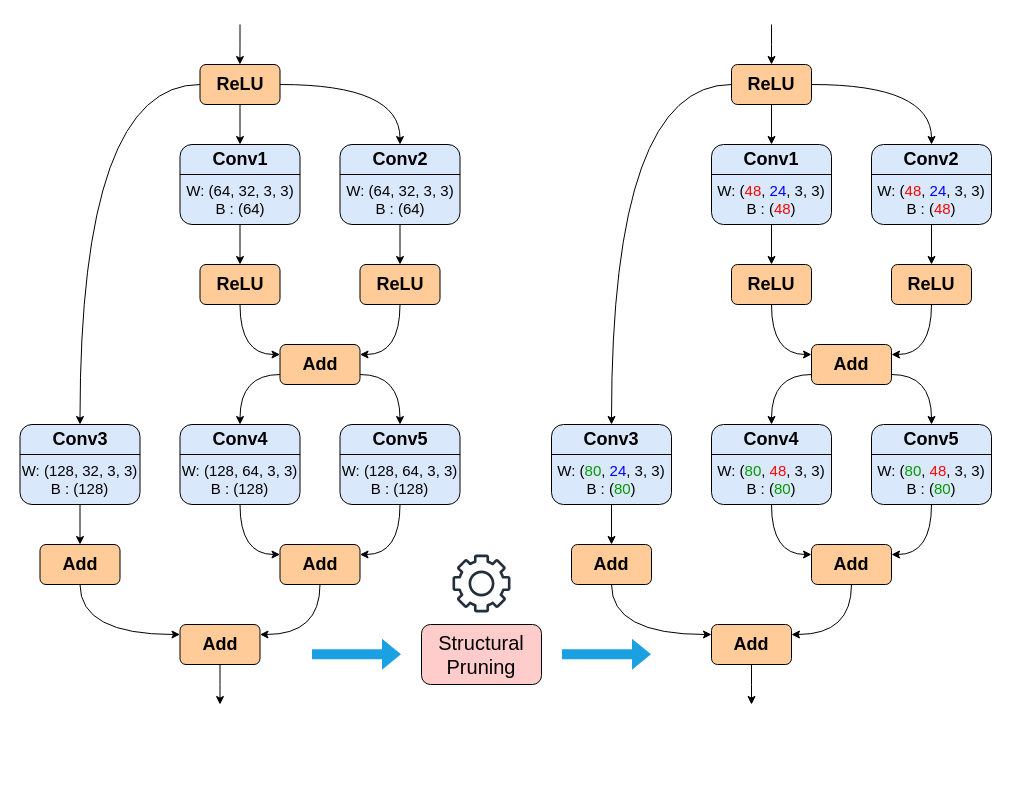
The draw.io diagram OTO.drawio in hoangtv2000/document-collection, before the edit. Source tidied: cells renumbered, new cells numbered last; positions are measured from the earlier drawing's top-left corner, leaving out a move shared by most shapes. Both pictures are drawn from the tidied source at 100%, with x=0, y=0 at pixel (17, 24).
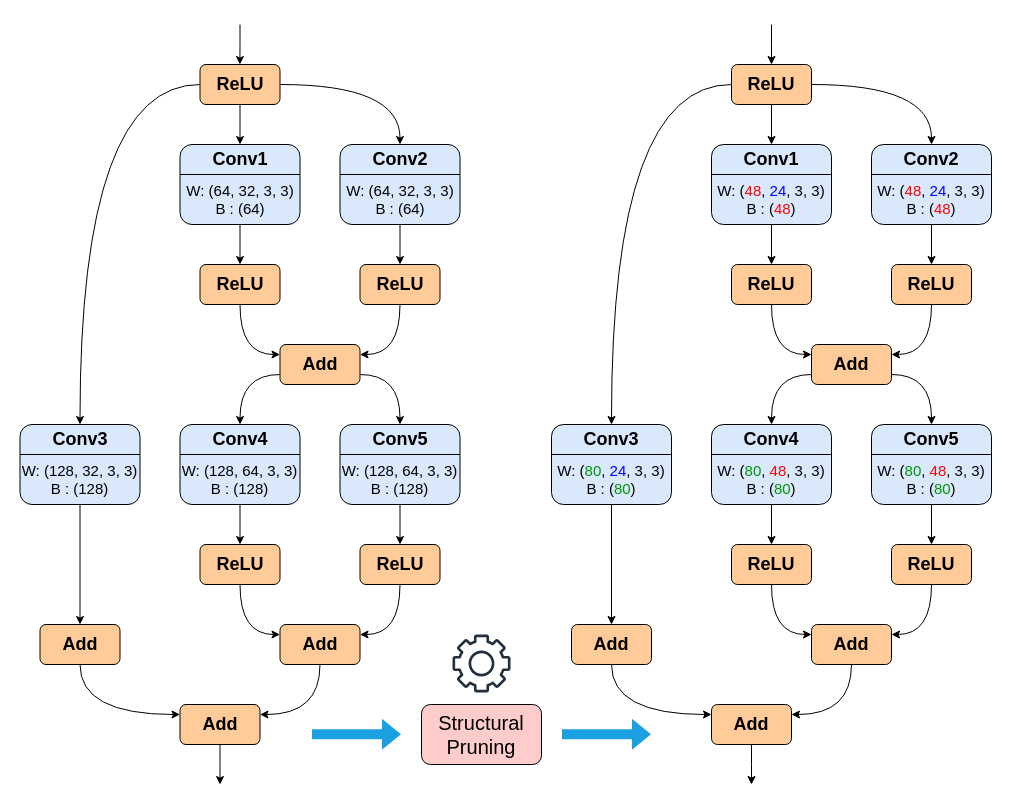
The same diagram, later.

The change refers to these unchanged cells:
```xml
<mxCell id="15" value="&lt;font style=&quot;font-size: 18px;&quot;&gt;&lt;b&gt;Conv4&lt;/b&gt;&lt;/font&gt;" style="rounded=1;whiteSpace=wrap;html=1;labelPosition=center;verticalLabelPosition=middle;align=center;verticalAlign=top;spacing=0;fillColor=#dae8fc;strokeColor=default;" parent="1" vertex="1">
  <mxGeometry x="162.5" y="400" width="120" height="80" as="geometry" />
</mxCell>
<mxCell id="19" value="&lt;font style=&quot;font-size: 18px;&quot;&gt;&lt;b&gt;Conv5&lt;/b&gt;&lt;/font&gt;" style="rounded=1;whiteSpace=wrap;html=1;labelPosition=center;verticalLabelPosition=middle;align=center;verticalAlign=top;spacing=0;fillColor=#dae8fc;strokeColor=default;" parent="1" vertex="1">
  <mxGeometry x="322.5" y="400" width="120" height="80" as="geometry" />
</mxCell>
<mxCell id="53" value="&lt;font style=&quot;font-size: 18px;&quot;&gt;&lt;b&gt;Conv4&lt;/b&gt;&lt;/font&gt;" style="rounded=1;whiteSpace=wrap;html=1;labelPosition=center;verticalLabelPosition=middle;align=center;verticalAlign=top;spacing=0;fillColor=#dae8fc;strokeColor=default;" parent="1" vertex="1">
  <mxGeometry x="694" y="400" width="120" height="80" as="geometry" />
</mxCell>
<mxCell id="57" value="&lt;font style=&quot;font-size: 18px;&quot;&gt;&lt;b&gt;Conv5&lt;/b&gt;&lt;/font&gt;" style="rounded=1;whiteSpace=wrap;html=1;labelPosition=center;verticalLabelPosition=middle;align=center;verticalAlign=top;spacing=0;fillColor=#dae8fc;strokeColor=default;" parent="1" vertex="1">
  <mxGeometry x="854" y="400" width="120" height="80" as="geometry" />
</mxCell>
```

The edit, as a diff of the source:
```diff
@@
-    <mxCell id="14" style="edgeStyle=orthogonalEdgeStyle;rounded=0;jettySize=auto;html=1;entryX=0;entryY=0.25;entryDx=0;entryDy=0;curved=1;" parent="1" edge="1" source="15" target="35">
-      <mxGeometry relative="1" as="geometry" />
-    </mxCell>
@@
-    <mxCell id="18" style="edgeStyle=orthogonalEdgeStyle;rounded=0;jettySize=auto;html=1;exitX=0.5;exitY=1;exitDx=0;exitDy=0;entryX=1;entryY=0.25;entryDx=0;entryDy=0;curved=1;" parent="1" edge="1" source="19" target="35">
-      <mxGeometry relative="1" as="geometry" />
-    </mxCell>
@@
-    <mxCell id="34" style="edgeStyle=orthogonalEdgeStyle;rounded=0;jettySize=auto;html=1;entryX=1;entryY=0.25;entryDx=0;entryDy=0;curved=1;exitX=0.5;exitY=1;exitDx=0;exitDy=0;" parent="1" edge="1" source="35" target="37">
-      <mxGeometry relative="1" as="geometry" />
-    </mxCell>
-    <mxCell id="35" value="&lt;b&gt;&lt;font style=&quot;font-size: 18px;&quot;&gt;Add&lt;/font&gt;&lt;/b&gt;" style="rounded=1;whiteSpace=wrap;html=1;fillColor=#ffcc99;strokeColor=default;" parent="1" vertex="1">
-      <mxGeometry x="262.5" y="520" width="80" height="40" as="geometry" />
-    </mxCell>
     <mxCell id="36" style="edgeStyle=orthogonalEdgeStyle;rounded=0;jettySize=auto;html=1;" parent="1" edge="1" source="37">
       <mxGeometry relative="1" as="geometry">
-        <mxPoint x="202.5" y="680" as="targetPoint" />
+        <mxPoint x="202.5" y="760" as="targetPoint" />
       </mxGeometry>
     </mxCell>
     <mxCell id="37" value="&lt;b&gt;&lt;font style=&quot;font-size: 18px;&quot;&gt;Add&lt;/font&gt;&lt;/b&gt;" style="rounded=1;whiteSpace=wrap;html=1;fillColor=#ffcc99;strokeColor=default;" parent="1" vertex="1">
-      <mxGeometry x="162.5" y="600" width="80" height="40" as="geometry" />
+      <mxGeometry x="162.5" y="680" width="80" height="40" as="geometry" />
     </mxCell>
@@
     <mxCell id="39" value="&lt;b&gt;&lt;font style=&quot;font-size: 18px;&quot;&gt;Add&lt;/font&gt;&lt;/b&gt;" style="rounded=1;whiteSpace=wrap;html=1;fillColor=#ffcc99;strokeColor=default;" parent="1" vertex="1">
-      <mxGeometry x="22.5" y="520" width="80" height="40" as="geometry" />
+      <mxGeometry x="22.5" y="600" width="80" height="40" as="geometry" />
     </mxCell>
@@
-    <mxCell id="52" style="edgeStyle=orthogonalEdgeStyle;rounded=0;jettySize=auto;html=1;entryX=0;entryY=0.25;entryDx=0;entryDy=0;curved=1;" parent="1" edge="1" source="53" target="73">
-      <mxGeometry relative="1" as="geometry" />
-    </mxCell>
@@
-    <mxCell id="56" style="edgeStyle=orthogonalEdgeStyle;rounded=0;jettySize=auto;html=1;exitX=0.5;exitY=1;exitDx=0;exitDy=0;entryX=1;entryY=0.25;entryDx=0;entryDy=0;curved=1;" parent="1" edge="1" source="57" target="73">
-      <mxGeometry relative="1" as="geometry" />
-    </mxCell>
@@
-    <mxCell id="73" value="&lt;b&gt;&lt;font style=&quot;font-size: 18px;&quot;&gt;Add&lt;/font&gt;&lt;/b&gt;" style="rounded=1;whiteSpace=wrap;html=1;fillColor=#ffcc99;strokeColor=default;" parent="1" vertex="1">
-      <mxGeometry x="794" y="520" width="80" height="40" as="geometry" />
-    </mxCell>
     <mxCell id="74" style="edgeStyle=orthogonalEdgeStyle;rounded=0;jettySize=auto;html=1;" parent="1" edge="1" source="75">
       <mxGeometry relative="1" as="geometry">
-        <mxPoint x="734" y="680" as="targetPoint" />
+        <mxPoint x="734" y="760" as="targetPoint" />
       </mxGeometry>
     </mxCell>
     <mxCell id="75" value="&lt;b&gt;&lt;font style=&quot;font-size: 18px;&quot;&gt;Add&lt;/font&gt;&lt;/b&gt;" style="rounded=1;whiteSpace=wrap;html=1;fillColor=#ffcc99;strokeColor=default;" parent="1" vertex="1">
-      <mxGeometry x="694" y="600" width="80" height="40" as="geometry" />
+      <mxGeometry x="694" y="680" width="80" height="40" as="geometry" />
     </mxCell>
@@
     <mxCell id="77" value="&lt;b&gt;&lt;font style=&quot;font-size: 18px;&quot;&gt;Add&lt;/font&gt;&lt;/b&gt;" style="rounded=1;whiteSpace=wrap;html=1;fillColor=#ffcc99;strokeColor=default;" parent="1" vertex="1">
-      <mxGeometry x="554" y="520" width="80" height="40" as="geometry" />
+      <mxGeometry x="554" y="600" width="80" height="40" as="geometry" />
     </mxCell>
@@
     <mxCell id="79" value="&lt;font style=&quot;font-size: 20px;&quot;&gt;Structural Pruning&lt;/font&gt;" style="rounded=1;whiteSpace=wrap;html=1;align=center;fillColor=#ffcccc;strokeColor=default;" parent="1" vertex="1">
-      <mxGeometry x="404" y="600" width="120" height="60" as="geometry" />
+      <mxGeometry x="404" y="680" width="120" height="60" as="geometry" />
     </mxCell>
     <mxCell id="80" style="sketch=0;fontColor=#232F3E;gradientColor=none;fillColor=#232F3D;strokeColor=none;dashed=0;verticalLabelPosition=bottom;verticalAlign=top;align=center;html=1;fontSize=12;fontStyle=0;shape=mxgraph.aws4.gear;" parent="1" vertex="1">
-      <mxGeometry x="435" y="530" width="58" height="58" as="geometry" />
+      <mxGeometry x="435" y="610" width="58" height="58" as="geometry" />
     </mxCell>
     <mxCell id="81" style="shape=flexArrow;endArrow=classic;html=1;rounded=0;fillColor=#1ba1e2;strokeColor=none;" parent="1" edge="1">
       <mxGeometry relative="1" as="geometry">
-        <mxPoint x="294" y="629.7" as="sourcePoint" />
-        <mxPoint x="384" y="629.7" as="targetPoint" />
+        <mxPoint x="294" y="709.7" as="sourcePoint" />
+        <mxPoint x="384" y="709.7" as="targetPoint" />
       </mxGeometry>
     </mxCell>
     <mxCell id="82" style="shape=flexArrow;endArrow=classic;html=1;rounded=0;fillColor=#1ba1e2;strokeColor=none;" parent="1" edge="1">
       <mxGeometry relative="1" as="geometry">
-        <mxPoint x="544" y="629.7" as="sourcePoint" />
-        <mxPoint x="634" y="629.7" as="targetPoint" />
+        <mxPoint x="544" y="709.7" as="sourcePoint" />
+        <mxPoint x="634" y="709.7" as="targetPoint" />
       </mxGeometry>
     </mxCell>
+    <mxCell id="83" style="rounded=0;jettySize=auto;html=1;entryX=0.5;entryY=0;entryDx=0;entryDy=0;" parent="1" edge="1" target="86">
+      <mxGeometry relative="1" as="geometry">
+        <mxPoint x="754" y="480" as="sourcePoint" />
+      </mxGeometry>
+    </mxCell>
+    <mxCell id="84" style="rounded=0;jettySize=auto;html=1;entryX=0.5;entryY=0;entryDx=0;entryDy=0;" parent="1" edge="1" target="88">
+      <mxGeometry relative="1" as="geometry">
+        <mxPoint x="914" y="480" as="sourcePoint" />
+      </mxGeometry>
+    </mxCell>
+    <mxCell id="85" style="rounded=0;jettySize=auto;html=1;entryX=0;entryY=0.25;entryDx=0;entryDy=0;edgeStyle=orthogonalEdgeStyle;curved=1;" parent="1" edge="1" source="86" target="73">
+      <mxGeometry relative="1" as="geometry">
+        <Array as="points">
+          <mxPoint x="754" y="610" />
+        </Array>
+      </mxGeometry>
+    </mxCell>
+    <mxCell id="86" value="&lt;b&gt;&lt;font style=&quot;font-size: 18px;&quot;&gt;ReLU&lt;/font&gt;&lt;/b&gt;" style="rounded=1;whiteSpace=wrap;html=1;fillColor=#ffcc99;strokeColor=default;" parent="1" vertex="1">
+      <mxGeometry x="714" y="520" width="80" height="40" as="geometry" />
+    </mxCell>
+    <mxCell id="87" style="edgeStyle=orthogonalEdgeStyle;rounded=0;jettySize=auto;html=1;entryX=1;entryY=0.25;entryDx=0;entryDy=0;curved=1;" parent="1" edge="1" source="88" target="73">
+      <mxGeometry relative="1" as="geometry">
+        <Array as="points">
+          <mxPoint x="914" y="610" />
+        </Array>
+      </mxGeometry>
+    </mxCell>
+    <mxCell id="88" value="&lt;b&gt;&lt;font style=&quot;font-size: 18px;&quot;&gt;ReLU&lt;/font&gt;&lt;/b&gt;" style="rounded=1;whiteSpace=wrap;html=1;fillColor=#ffcc99;strokeColor=default;" parent="1" vertex="1">
+      <mxGeometry x="874" y="520" width="80" height="40" as="geometry" />
+    </mxCell>
+    <mxCell id="73" value="&lt;b&gt;&lt;font style=&quot;font-size: 18px;&quot;&gt;Add&lt;/font&gt;&lt;/b&gt;" style="rounded=1;whiteSpace=wrap;html=1;fillColor=#ffcc99;strokeColor=default;" parent="1" vertex="1">
+      <mxGeometry x="794" y="600" width="80" height="40" as="geometry" />
+    </mxCell>
+    <mxCell id="89" style="rounded=0;jettySize=auto;html=1;entryX=0.5;entryY=0;entryDx=0;entryDy=0;" parent="1" edge="1" target="92">
+      <mxGeometry relative="1" as="geometry">
+        <mxPoint x="222.5" y="480" as="sourcePoint" />
+      </mxGeometry>
+    </mxCell>
+    <mxCell id="90" style="rounded=0;jettySize=auto;html=1;entryX=0.5;entryY=0;entryDx=0;entryDy=0;" parent="1" edge="1" target="94">
+      <mxGeometry relative="1" as="geometry">
+        <mxPoint x="382.5" y="480" as="sourcePoint" />
+      </mxGeometry>
+    </mxCell>
+    <mxCell id="91" style="rounded=0;jettySize=auto;html=1;entryX=0;entryY=0.25;entryDx=0;entryDy=0;edgeStyle=orthogonalEdgeStyle;curved=1;" parent="1" edge="1" source="92" target="35">
+      <mxGeometry relative="1" as="geometry">
+        <Array as="points">
+          <mxPoint x="222.5" y="610" />
+        </Array>
+      </mxGeometry>
+    </mxCell>
+    <mxCell id="92" value="&lt;b&gt;&lt;font style=&quot;font-size: 18px;&quot;&gt;ReLU&lt;/font&gt;&lt;/b&gt;" style="rounded=1;whiteSpace=wrap;html=1;fillColor=#ffcc99;strokeColor=default;" parent="1" vertex="1">
+      <mxGeometry x="182.5" y="520" width="80" height="40" as="geometry" />
+    </mxCell>
+    <mxCell id="93" style="edgeStyle=orthogonalEdgeStyle;rounded=0;jettySize=auto;html=1;entryX=1;entryY=0.25;entryDx=0;entryDy=0;curved=1;" parent="1" edge="1" source="94" target="35">
+      <mxGeometry relative="1" as="geometry">
+        <Array as="points">
+          <mxPoint x="382.5" y="610" />
+        </Array>
+      </mxGeometry>
+    </mxCell>
+    <mxCell id="94" value="&lt;b&gt;&lt;font style=&quot;font-size: 18px;&quot;&gt;ReLU&lt;/font&gt;&lt;/b&gt;" style="rounded=1;whiteSpace=wrap;html=1;fillColor=#ffcc99;strokeColor=default;" parent="1" vertex="1">
+      <mxGeometry x="342.5" y="520" width="80" height="40" as="geometry" />
+    </mxCell>
+    <mxCell id="34" style="edgeStyle=orthogonalEdgeStyle;rounded=0;jettySize=auto;html=1;entryX=1;entryY=0.25;entryDx=0;entryDy=0;curved=1;exitX=0.5;exitY=1;exitDx=0;exitDy=0;" parent="1" edge="1" source="35" target="37">
+      <mxGeometry relative="1" as="geometry" />
+    </mxCell>
+    <mxCell id="35" value="&lt;b&gt;&lt;font style=&quot;font-size: 18px;&quot;&gt;Add&lt;/font&gt;&lt;/b&gt;" style="rounded=1;whiteSpace=wrap;html=1;fillColor=#ffcc99;strokeColor=default;" parent="1" vertex="1">
+      <mxGeometry x="262.5" y="600" width="80" height="40" as="geometry" />
+    </mxCell>
```
